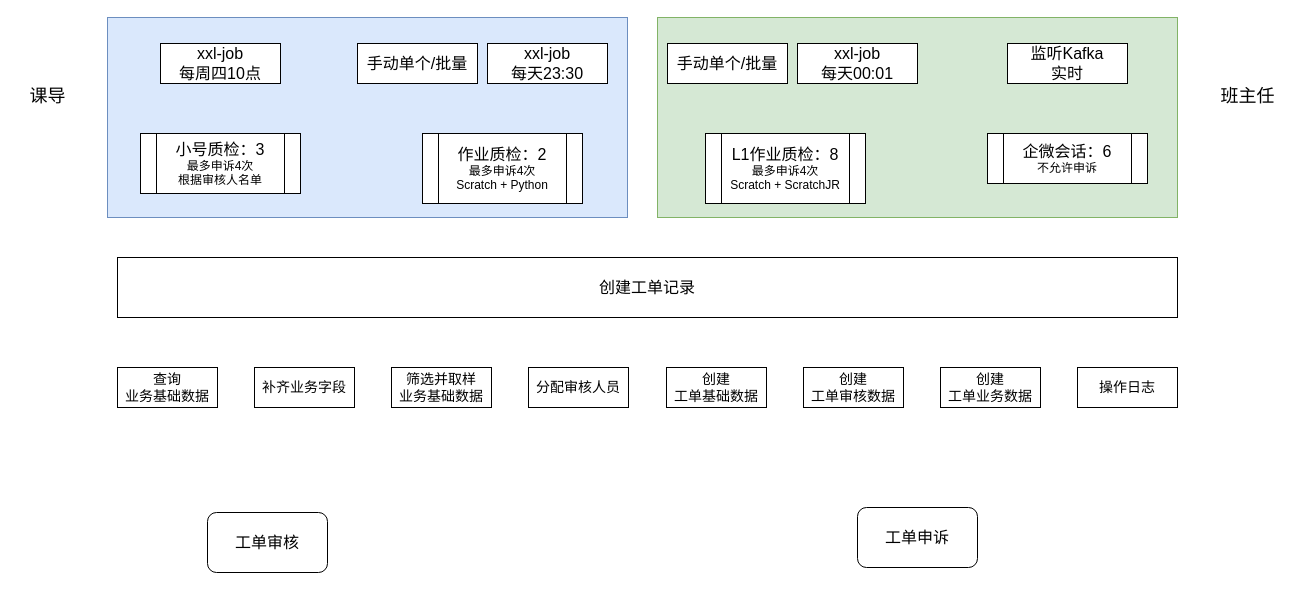
Above: 核桃-工单系统业务梳理.drawio in hongweilv-whu/flowCharts (draw.io), before the change. Source tidied: cells renumbered, new cells numbered last; positions are measured from the earlier drawing's top-left corner, leaving out a move shared by most shapes. Both pictures are drawn from the tidied source at 100%, with x=0, y=0 at pixel (17, 17).
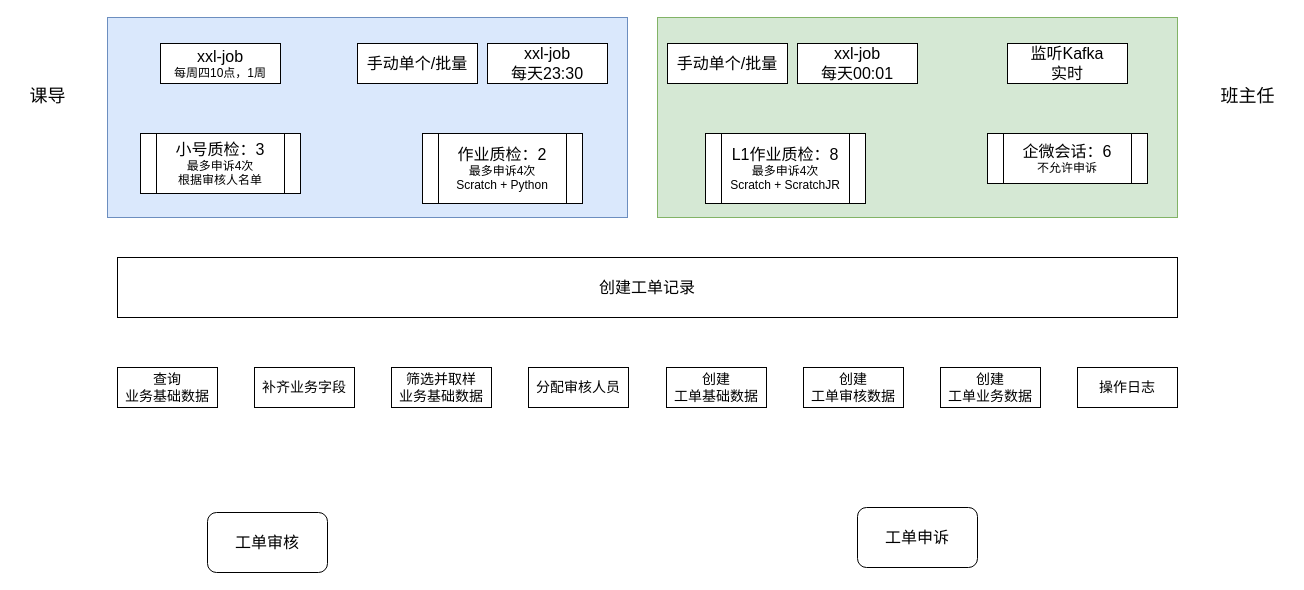
After the change.

Commit message:
更新核桃-工单系统业务梳理.drawio

Diff of the diagram source:
```diff
@@
-    <mxCell id="7" value="&lt;span style=&quot;font-size: 16px;&quot;&gt;xxl-job&lt;br&gt;每周四10点&lt;/span&gt;" style="rounded=0;whiteSpace=wrap;html=1;" parent="1" vertex="1">
+    <mxCell id="7" value="&lt;span style=&quot;font-size: 16px;&quot;&gt;xxl-job&lt;/span&gt;&lt;br&gt;&lt;font style=&quot;font-size: 12px;&quot;&gt;每周四10点，1周&lt;/font&gt;" style="rounded=0;whiteSpace=wrap;html=1;" parent="1" vertex="1">
       <mxGeometry x="143" y="26" width="120" height="40" as="geometry" />
     </mxCell>
```
